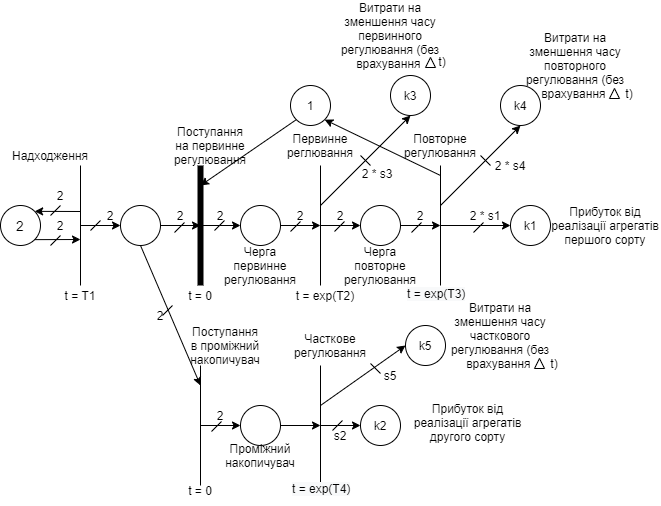
The draw.io diagram course work schema.png in ojdmytruk/SystemModeling_sem7, before a commit. Source tidied: cells renumbered, new cells last; positions are measured from the earlier drawing's top-left corner, leaving out a move shared by most shapes.
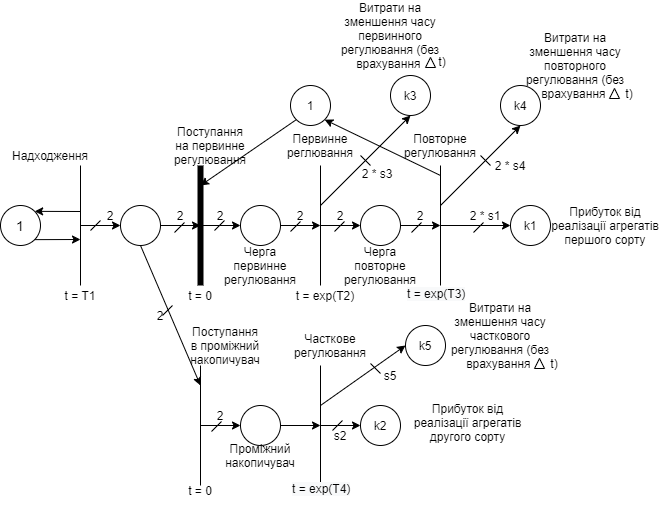
Later version of the same file.

The edit, as a diff of the source:
```diff
@@ -2,7 +2,7 @@
   <root>
     <mxCell id="0" />
     <mxCell id="1" parent="0" />
-    <mxCell id="2" value="&lt;font style=&quot;font-size: 14px&quot;&gt;2&lt;/font&gt;" style="ellipse;whiteSpace=wrap;html=1;" parent="1" vertex="1">
+    <mxCell id="2" value="&lt;font style=&quot;font-size: 14px&quot;&gt;1&lt;/font&gt;" style="ellipse;whiteSpace=wrap;html=1;" parent="1" vertex="1">
       <mxGeometry y="180" width="40" height="40" as="geometry" />
     </mxCell>
     <mxCell id="3" style="endArrow=none;html=1;" parent="1" edge="1">
@@ -21,18 +21,6 @@
         <mxPoint x="80" y="186" as="sourcePoint" />
       </mxGeometry>
     </mxCell>
-    <mxCell id="6" style="endArrow=none;html=1;" parent="1" edge="1">
-      <mxGeometry relative="1" as="geometry">
-        <mxPoint x="50" y="190" as="sourcePoint" />
-        <mxPoint x="60" y="180" as="targetPoint" />
-      </mxGeometry>
-    </mxCell>
-    <mxCell id="7" style="endArrow=none;html=1;" parent="1" edge="1">
-      <mxGeometry relative="1" as="geometry">
-        <mxPoint x="50" y="220" as="sourcePoint" />
-        <mxPoint x="60" y="210" as="targetPoint" />
-      </mxGeometry>
-    </mxCell>
     <mxCell id="8" style="endArrow=classic;html=1;" parent="1" edge="1">
       <mxGeometry relative="1" as="geometry">
         <mxPoint x="80" y="200" as="sourcePoint" />
@@ -207,12 +195,6 @@
         <mxPoint x="221" y="396" as="targetPoint" />
       </mxGeometry>
     </mxCell>
-    <mxCell id="42" value="2" style="text;html=1;strokeColor=none;fillColor=none;align=center;verticalAlign=middle;whiteSpace=wrap;rounded=0;" parent="1" vertex="1">
-      <mxGeometry x="40" y="160" width="40" height="20" as="geometry" />
-    </mxCell>
-    <mxCell id="43" value="2" style="text;html=1;strokeColor=none;fillColor=none;align=center;verticalAlign=middle;whiteSpace=wrap;rounded=0;" parent="1" vertex="1">
-      <mxGeometry x="40" y="190" width="40" height="20" as="geometry" />
-    </mxCell>
     <mxCell id="44" value="2" style="text;html=1;strokeColor=none;fillColor=none;align=center;verticalAlign=middle;whiteSpace=wrap;rounded=0;" parent="1" vertex="1">
       <mxGeometry x="90" y="180" width="40" height="20" as="geometry" />
     </mxCell>
```
